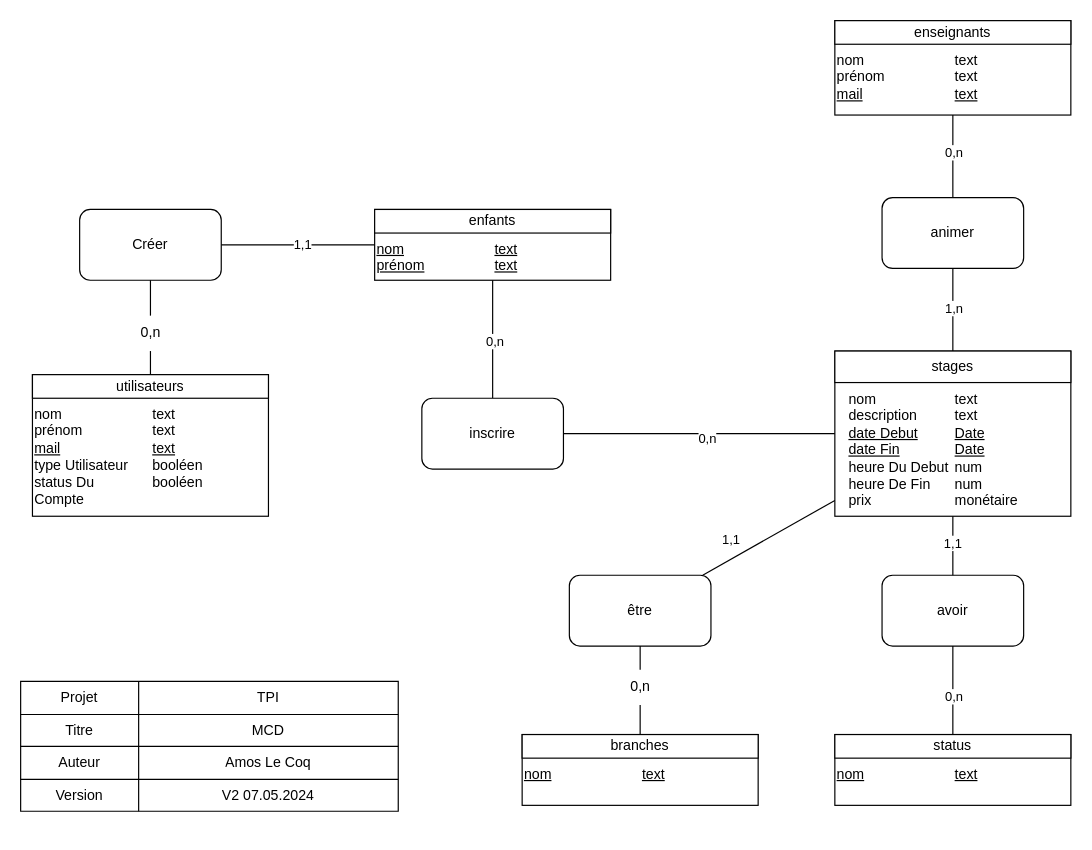
Above: Documentation/MCD/MCD.drawio in AmosLeCoq/TPI (draw.io), before the change. Source tidied: cells renumbered, new cells numbered last; positions are measured from the earlier drawing's top-left corner, leaving out a move shared by most shapes. Both pictures are drawn from the tidied source at 118%, with x=0, y=0 at pixel (20, 20).
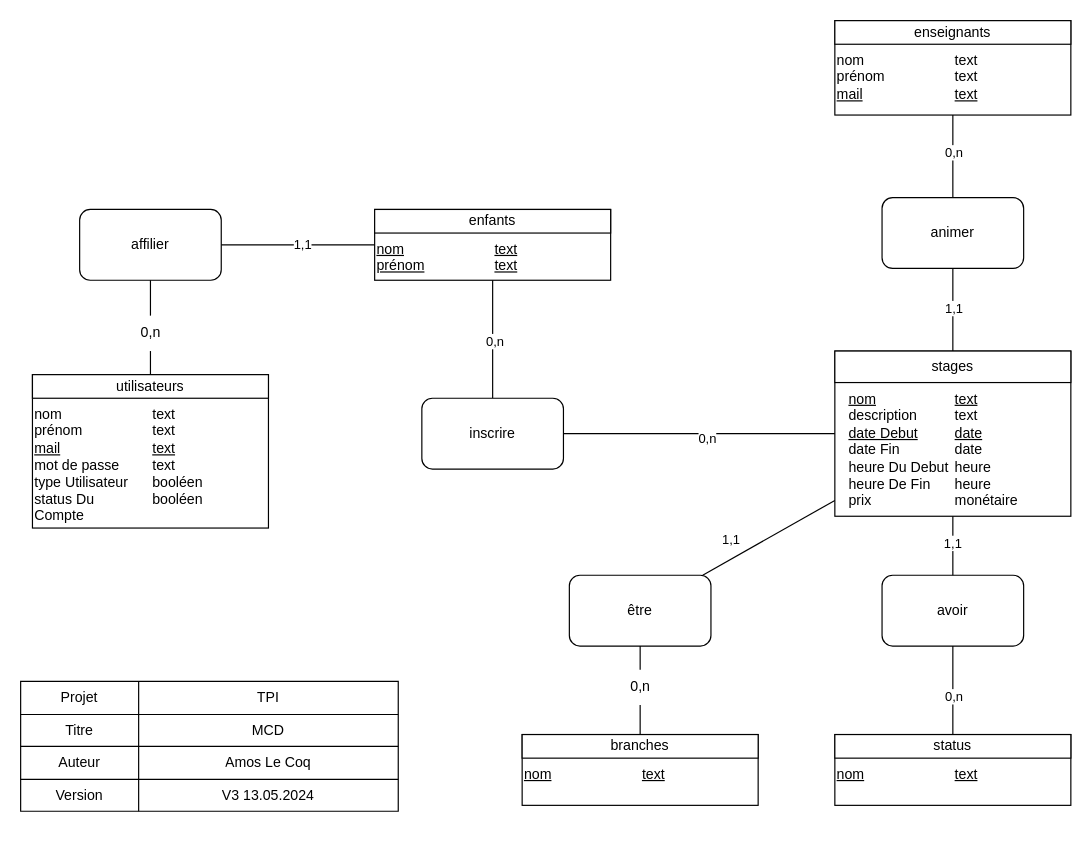
The same diagram, later.

Unchanged cells that the change refers to:
```xml
<mxCell id="6" style="group;" parent="1" vertex="1">
  <mxGeometry x="690" y="280" width="200" height="140" as="geometry" />
</mxCell>
<mxCell id="8" value="stages" style="rounded=0;whiteSpace=wrap;html=1;" parent="6" vertex="1">
  <mxGeometry width="200" height="26.7" as="geometry" />
</mxCell>
<mxCell id="21" style="shape=partialRectangle;html=1;whiteSpace=wrap;fillColor=none;top=0;left=0;bottom=0;right=0;" parent="11" vertex="1">
  <mxGeometry y="83" width="320" height="27" as="geometry" />
</mxCell>
<mxCell id="47" value="animer" style="rounded=1;whiteSpace=wrap;html=1;" parent="1" vertex="1">
  <mxGeometry x="730" y="150" width="120" height="60" as="geometry" />
</mxCell>
```

Change to the diagram source:
```diff
@@
     <mxCell id="2" value="&lt;div style=&quot;box-sizing: border-box ; width: 100% ; padding: 2px&quot;&gt;&lt;br&gt;&lt;/div&gt;" style="verticalAlign=top;align=center;overflow=fill;html=1;rounded=0;shadow=0;comic=0;labelBackgroundColor=none;strokeColor=#000000;strokeWidth=1;fillColor=#ffffff;fontFamily=Verdana;fontSize=12;fontColor=#000000;" parent="1" vertex="1">
-      <mxGeometry x="10" y="300" width="200" height="120" as="geometry" />
+      <mxGeometry x="10" y="300" width="200" height="130" as="geometry" />
     </mxCell>
@@
-    <mxCell id="4" value="nom&lt;br&gt;prénom&lt;br&gt;&lt;u&gt;mail&lt;/u&gt;&lt;br&gt;type Utilisateur&lt;br&gt;status Du Compte" style="text;html=1;strokeColor=none;fillColor=none;align=left;verticalAlign=top;whiteSpace=wrap;rounded=0;" parent="1" vertex="1">
+    <mxCell id="4" value="nom&lt;br&gt;prénom&lt;br&gt;&lt;u&gt;mail&lt;br&gt;&lt;/u&gt;mot de passe&lt;br&gt;type Utilisateur&lt;br&gt;status Du Compte" style="text;html=1;strokeColor=none;fillColor=none;align=left;verticalAlign=top;whiteSpace=wrap;rounded=0;" parent="1" vertex="1">
       <mxGeometry x="10" y="320" width="90" height="60" as="geometry" />
     </mxCell>
-    <mxCell id="5" value="text&lt;br&gt;text&lt;br&gt;&lt;u&gt;text&lt;/u&gt;&lt;br&gt;booléen&lt;br&gt;booléen" style="text;html=1;strokeColor=none;fillColor=none;align=left;verticalAlign=top;whiteSpace=wrap;rounded=0;" parent="1" vertex="1">
+    <mxCell id="5" value="text&lt;br&gt;text&lt;br&gt;&lt;u&gt;text&lt;br&gt;&lt;/u&gt;text&lt;br&gt;booléen&lt;br&gt;booléen" style="text;html=1;strokeColor=none;fillColor=none;align=left;verticalAlign=top;whiteSpace=wrap;rounded=0;" parent="1" vertex="1">
       <mxGeometry x="110" y="320" width="100" height="80" as="geometry" />
     </mxCell>
@@
-    <mxCell id="9" value="nom&lt;br&gt;description&lt;br&gt;&lt;u&gt;date Debut&lt;/u&gt;&lt;br&gt;&lt;u&gt;date Fin&lt;br&gt;&lt;/u&gt;heure Du Debut&lt;br&gt;heure De Fin&lt;br&gt;prix" style="text;html=1;strokeColor=none;fillColor=none;align=left;verticalAlign=top;whiteSpace=wrap;rounded=0;" parent="6" vertex="1">
+    <mxCell id="9" value="&lt;u&gt;nom&lt;/u&gt;&lt;br&gt;description&lt;br&gt;&lt;u&gt;date Debut&lt;/u&gt;&lt;br&gt;date Fin&lt;br&gt;heure Du Debut&lt;br&gt;heure De Fin&lt;br&gt;prix" style="text;html=1;strokeColor=none;fillColor=none;align=left;verticalAlign=top;whiteSpace=wrap;rounded=0;" parent="6" vertex="1">
       <mxGeometry x="10" y="26.7" width="90" height="26.7" as="geometry" />
     </mxCell>
-    <mxCell id="10" value="text&lt;br&gt;text&lt;br&gt;&lt;u&gt;Date&lt;/u&gt;&lt;br&gt;&lt;u&gt;Date&lt;br&gt;&lt;/u&gt;num&lt;br&gt;num&lt;br&gt;monétaire" style="text;html=1;strokeColor=none;fillColor=none;align=left;verticalAlign=top;whiteSpace=wrap;rounded=0;" parent="6" vertex="1">
+    <mxCell id="10" value="&lt;u&gt;text&lt;br&gt;&lt;/u&gt;text&lt;br&gt;&lt;u&gt;date&lt;/u&gt;&lt;br&gt;date&lt;br&gt;heure&lt;br&gt;heure&lt;br&gt;monétaire" style="text;html=1;strokeColor=none;fillColor=none;align=left;verticalAlign=top;whiteSpace=wrap;rounded=0;" parent="6" vertex="1">
       <mxGeometry x="100" y="26.7" width="100" height="26.7" as="geometry" />
     </mxCell>
@@
-    <mxCell id="23" value="V2 07.05.2024" style="shape=partialRectangle;html=1;whiteSpace=wrap;overflow=hidden;fillColor=none;top=0;left=0;bottom=0;right=0;" parent="21" vertex="1">
+    <mxCell id="23" value="V3 13.05.2024" style="shape=partialRectangle;html=1;whiteSpace=wrap;overflow=hidden;fillColor=none;top=0;left=0;bottom=0;right=0;" parent="21" vertex="1">
       <mxGeometry x="100" width="220" height="27" as="geometry" />
     </mxCell>
@@
-    <mxCell id="51" style="endArrow=none;html=1;rounded=0;entryX=0.5;entryY=0;entryDx=0;entryDy=0;exitX=0.5;exitY=1;exitDx=0;exitDy=0;" parent="1" edge="1" source="47" target="8">
-      <mxGeometry relative="1" as="geometry" />
+    <mxCell id="51" style="endArrow=none;html=1;rounded=0;entryX=0.5;entryY=0;entryDx=0;entryDy=0;exitX=0.5;exitY=1;exitDx=0;exitDy=0;" parent="1" edge="1">
+      <mxGeometry relative="1" as="geometry">
+        <mxPoint x="790" y="210" as="sourcePoint" />
+        <mxPoint x="790" y="280" as="targetPoint" />
+      </mxGeometry>
     </mxCell>
-    <mxCell id="52" value="1,n" style="edgeLabel;html=1;align=center;verticalAlign=middle;" parent="51" vertex="1">
+    <mxCell id="52" value="1,1" style="edgeLabel;html=1;align=center;verticalAlign=middle;" parent="51" vertex="1">
       <mxGeometry x="-0.05" relative="1" as="geometry" />
     </mxCell>
@@
-    <mxCell id="57" value="Créer" style="rounded=1;whiteSpace=wrap;html=1;" parent="1" vertex="1">
+    <mxCell id="57" value="affilier" style="rounded=1;whiteSpace=wrap;html=1;" parent="1" vertex="1">
       <mxGeometry x="50" y="160" width="120" height="60" as="geometry" />
     </mxCell>
```
